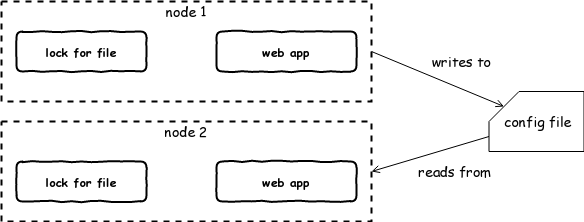
The draw.io diagram media/crawler/wrng-local-locks.png in rihenperry/csuci-mscs-thesis-dist-web-crawler, before a commit. Source tidied: cells renumbered, new cells last; positions are measured from the earlier drawing's top-left corner, leaving out a move shared by most shapes.
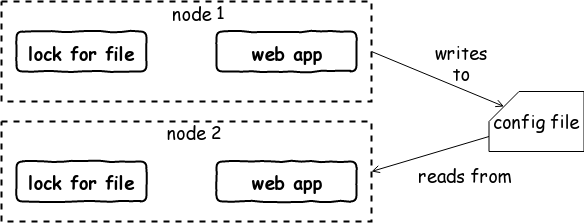
The same diagram one commit later.

Change to the diagram source:
```diff
@@ -2,43 +2,43 @@
   <root>
     <mxCell id="0" />
     <mxCell id="1" parent="0" />
-    <mxCell id="2" value="lock for file" style="html=1;whiteSpace=wrap;comic=1;strokeWidth=2;fontFamily=Comic Sans MS;fontStyle=1;rounded=1;" parent="1" vertex="1">
+    <mxCell id="2" value="lock for file" style="html=1;whiteSpace=wrap;comic=1;strokeWidth=2;fontFamily=Comic Sans MS;fontStyle=1;rounded=1;fontSize=18;" parent="1" vertex="1">
       <mxGeometry x="15" y="30" width="130" height="40" as="geometry" />
     </mxCell>
-    <mxCell id="3" value="web app" style="html=1;whiteSpace=wrap;comic=1;strokeWidth=2;fontFamily=Comic Sans MS;fontStyle=1;rounded=1;" parent="1" vertex="1">
+    <mxCell id="3" value="web app" style="html=1;whiteSpace=wrap;comic=1;strokeWidth=2;fontFamily=Comic Sans MS;fontStyle=1;rounded=1;fontSize=18;" parent="1" vertex="1">
       <mxGeometry x="215" y="30" width="140" height="40" as="geometry" />
     </mxCell>
-    <mxCell id="4" style="rounded=0;whiteSpace=wrap;html=1;fontFamily=Comic Sans MS;fontSize=14;dashed=1;fillColor=none;strokeWidth=2;" parent="1" vertex="1">
+    <mxCell id="4" style="rounded=0;whiteSpace=wrap;html=1;fontFamily=Comic Sans MS;fontSize=18;dashed=1;fillColor=none;strokeWidth=2;" parent="1" vertex="1">
       <mxGeometry width="370" height="100" as="geometry" />
     </mxCell>
-    <mxCell id="5" style="endArrow=none;html=1;fontFamily=Comic Sans MS;fontSize=14;entryX=1;entryY=0.5;entryDx=0;entryDy=0;exitX=0;exitY=0;exitDx=15;exitDy=15;exitPerimeter=0;startArrow=open;startFill=0;" parent="1" edge="1" source="11" target="4">
+    <mxCell id="5" style="endArrow=none;html=1;fontFamily=Comic Sans MS;fontSize=18;entryX=1;entryY=0.5;entryDx=0;entryDy=0;exitX=0;exitY=0;exitDx=15;exitDy=15;exitPerimeter=0;startArrow=open;startFill=0;" parent="1" edge="1" source="11" target="4">
       <mxGeometry relative="1" as="geometry" />
     </mxCell>
-    <mxCell id="6" value="lock for file" style="html=1;whiteSpace=wrap;comic=1;strokeWidth=2;fontFamily=Comic Sans MS;fontStyle=1;rounded=1;" parent="1" vertex="1">
+    <mxCell id="6" value="lock for file" style="html=1;whiteSpace=wrap;comic=1;strokeWidth=2;fontFamily=Comic Sans MS;fontStyle=1;rounded=1;fontSize=18;" parent="1" vertex="1">
       <mxGeometry x="15" y="160" width="130" height="40" as="geometry" />
     </mxCell>
-    <mxCell id="7" value="web app" style="html=1;whiteSpace=wrap;comic=1;strokeWidth=2;fontFamily=Comic Sans MS;fontStyle=1;rounded=1;" parent="1" vertex="1">
+    <mxCell id="7" value="web app" style="html=1;whiteSpace=wrap;comic=1;strokeWidth=2;fontFamily=Comic Sans MS;fontStyle=1;rounded=1;fontSize=18;" parent="1" vertex="1">
       <mxGeometry x="215" y="160" width="140" height="40" as="geometry" />
     </mxCell>
-    <mxCell id="8" style="rounded=0;whiteSpace=wrap;html=1;fontFamily=Comic Sans MS;fontSize=14;dashed=1;fillColor=none;strokeWidth=2;" parent="1" vertex="1">
+    <mxCell id="8" style="rounded=0;whiteSpace=wrap;html=1;fontFamily=Comic Sans MS;fontSize=18;dashed=1;fillColor=none;strokeWidth=2;" parent="1" vertex="1">
       <mxGeometry y="120" width="370" height="100" as="geometry" />
     </mxCell>
-    <mxCell id="9" value="node 1" style="text;html=1;strokeColor=none;fillColor=none;align=center;verticalAlign=middle;whiteSpace=wrap;rounded=0;dashed=1;fontFamily=Comic Sans MS;fontSize=14;" parent="1" vertex="1">
-      <mxGeometry x="160" width="50" height="20" as="geometry" />
+    <mxCell id="9" value="node 1" style="text;html=1;strokeColor=none;fillColor=none;align=center;verticalAlign=middle;whiteSpace=wrap;rounded=0;dashed=1;fontFamily=Comic Sans MS;fontSize=18;" parent="1" vertex="1">
+      <mxGeometry x="160" width="75" height="20" as="geometry" />
     </mxCell>
-    <mxCell id="10" value="node 2" style="text;html=1;strokeColor=none;fillColor=none;align=center;verticalAlign=middle;whiteSpace=wrap;rounded=0;dashed=1;fontFamily=Comic Sans MS;fontSize=14;" parent="1" vertex="1">
-      <mxGeometry x="160" y="120" width="50" height="20" as="geometry" />
+    <mxCell id="10" value="node 2" style="text;html=1;strokeColor=none;fillColor=none;align=center;verticalAlign=middle;whiteSpace=wrap;rounded=0;dashed=1;fontFamily=Comic Sans MS;fontSize=18;" parent="1" vertex="1">
+      <mxGeometry x="160" y="120" width="65" height="20" as="geometry" />
     </mxCell>
-    <mxCell id="11" value="&lt;font style=&quot;font-size: 14px&quot; face=&quot;Comic Sans MS&quot;&gt;config file&lt;/font&gt;" style="shape=card;whiteSpace=wrap;html=1;" parent="1" vertex="1">
+    <mxCell id="11" value="&lt;font style=&quot;font-size: 18px;&quot; face=&quot;Comic Sans MS&quot;&gt;config file&lt;/font&gt;" style="shape=card;whiteSpace=wrap;html=1;fontSize=18;" parent="1" vertex="1">
       <mxGeometry x="487.5" y="90" width="95" height="60" as="geometry" />
     </mxCell>
-    <mxCell id="12" style="endArrow=open;html=1;fontFamily=Comic Sans MS;fontSize=14;entryX=1;entryY=0.5;entryDx=0;entryDy=0;exitX=0;exitY=0;exitDx=0;exitDy=45;exitPerimeter=0;endFill=0;" parent="1" edge="1" source="11" target="8">
+    <mxCell id="12" style="endArrow=open;html=1;fontFamily=Comic Sans MS;fontSize=18;entryX=1;entryY=0.5;entryDx=0;entryDy=0;exitX=0;exitY=0;exitDx=0;exitDy=45;exitPerimeter=0;endFill=0;" parent="1" edge="1" source="11" target="8">
       <mxGeometry relative="1" as="geometry" />
     </mxCell>
-    <mxCell id="13" value="writes to" style="text;html=1;strokeColor=none;fillColor=none;align=center;verticalAlign=middle;whiteSpace=wrap;rounded=0;dashed=1;fontFamily=Comic Sans MS;fontSize=14;" parent="1" vertex="1">
+    <mxCell id="13" value="writes to" style="text;html=1;strokeColor=none;fillColor=none;align=center;verticalAlign=middle;whiteSpace=wrap;rounded=0;dashed=1;fontFamily=Comic Sans MS;fontSize=18;" parent="1" vertex="1">
       <mxGeometry x="425" y="50" width="70" height="20" as="geometry" />
     </mxCell>
-    <mxCell id="14" value="reads from" style="text;html=1;align=left;verticalAlign=top;spacingTop=-4;fontSize=14;fontFamily=Comic Sans MS;" parent="1" vertex="1">
+    <mxCell id="14" value="reads from" style="text;html=1;align=left;verticalAlign=top;spacingTop=-4;fontSize=18;fontFamily=Comic Sans MS;" parent="1" vertex="1">
       <mxGeometry x="415" y="160" width="90" height="20" as="geometry" />
     </mxCell>
   </root>
```
